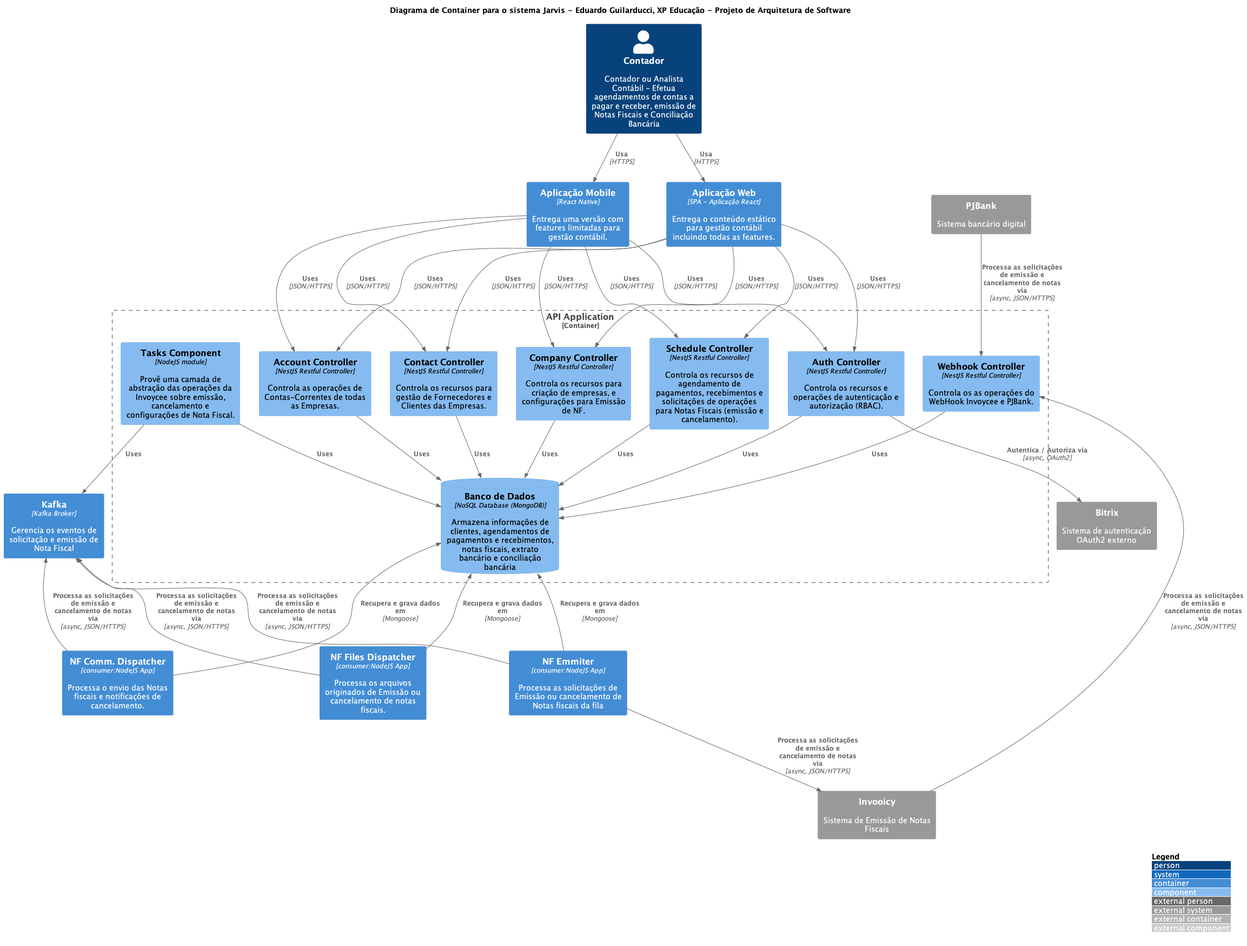
Before: out/component_diagram/Jarvis - Eduardo Guilarducci, XP Educação - Projeto de Arquitetura de Software.png, a diagram exported from PlantUML (eduardoguilarducci/jarvis-architecture).
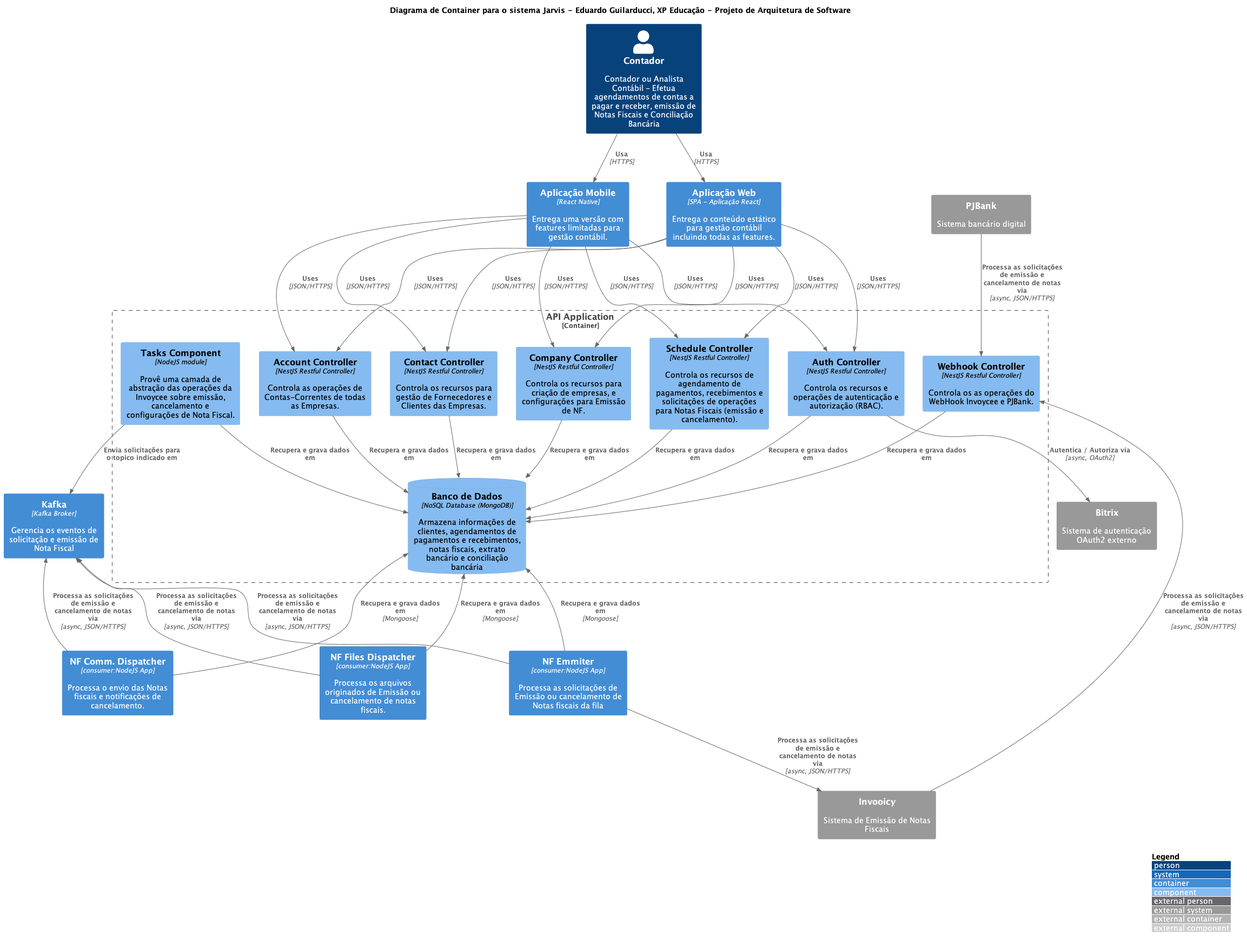
Above is the later version.

The edit, as a diff of the source:
```diff
@@ -31,14 +31,14 @@
     Component(tasks, "Tasks Component", "NodeJS module", "Provê uma camada de abstração das operações da Invoycee sobre emissão, cancelamento e configurações de Nota Fiscal.")
     ComponentDb(database, "Banco de Dados", "NoSQL Database (MongoDB)", "Armazena informações de clientes, agendamentos de pagamentos e recebimentos, notas fiscais, extrato bancário e conciliação bancária")
 
-    Rel(tasks, kafka, "Uses")
-    Rel(company, database, "Uses")
-    Rel(account, database, "Uses")
-    Rel(contact, database, "Uses")
-    Rel(schedule, database, "Uses")
-    Rel(webhook, database, "Uses")
-    Rel(auth, database, "Uses")
-    Rel(tasks, database, "Uses")
+    Rel(tasks, kafka, "Envia solicitações para o topico indicado em")
+    Rel(company, database, "Recupera e grava dados em")
+    Rel(account, database, "Recupera e grava dados em")
+    Rel(contact, database, "Recupera e grava dados em")
+    Rel(schedule, database, "Recupera e grava dados em")
+    Rel(webhook, database, "Recupera e grava dados em")
+    Rel(auth, database, "Recupera e grava dados em")
+    Rel(tasks, database, "Recupera e grava dados em")
 
 
 }
```
